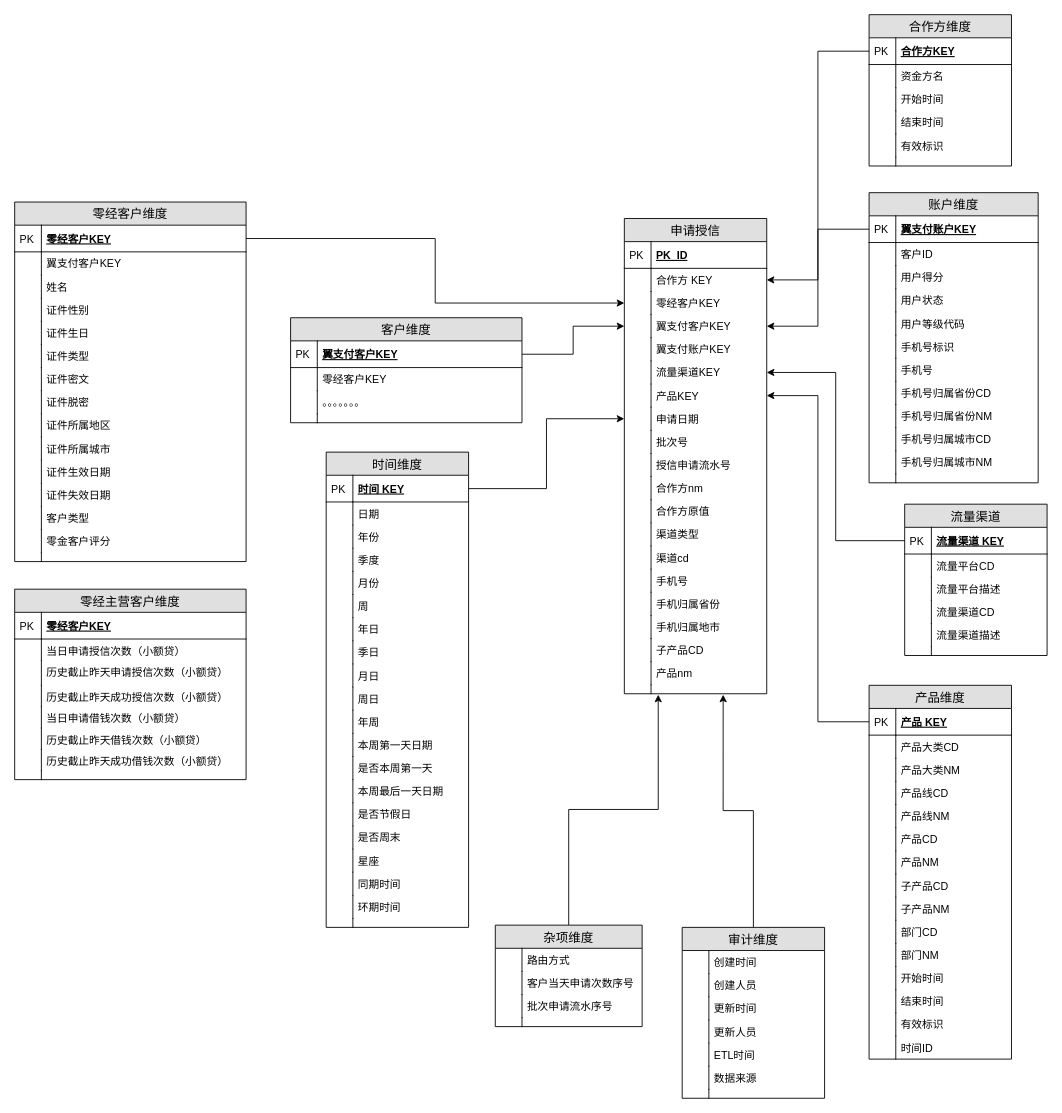
Above: page "申请授信" (1 of 3) of 授信域.drawio in CarryNi/Orange (draw.io), before the change. Source tidied: cells renumbered, new cells numbered last; positions are measured from the earlier drawing's top-left corner, leaving out a move shared by most shapes. Both pictures are drawn from the tidied source at 89%, with x=0, y=0 at pixel (14, 14).
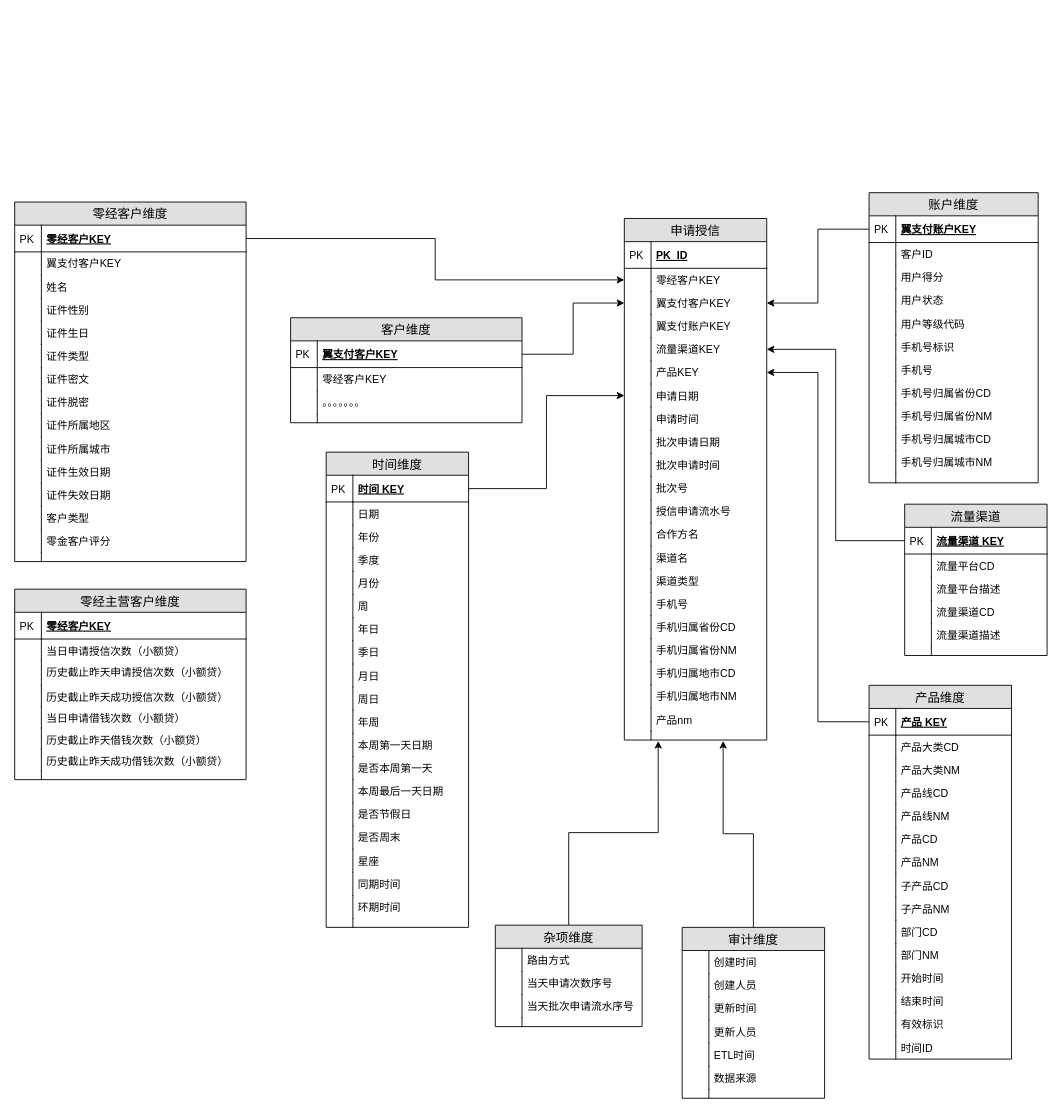
The same diagram, later.

The change refers to these unchanged cells:
```xml
<mxCell id="185" value="杂项维度" style="swimlane;fontStyle=0;horizontal=1;startSize=26;fillColor=#e0e0e0;swimlaneFillColor=#ffffff;align=center;fontSize=14;" parent="1" vertex="1">
  <mxGeometry x="540" y="1023" width="165" height="114" as="geometry" />
</mxCell>
```

Diff of the diagram source:
```diff
@@
     <mxCell id="2" value="申请授信" style="swimlane;fontStyle=0;horizontal=1;startSize=26;fillColor=#e0e0e0;swimlaneFillColor=#ffffff;align=center;fontSize=14;" parent="1" vertex="1">
-      <mxGeometry x="685" y="229" width="160" height="534" as="geometry" />
+      <mxGeometry x="685" y="229" width="160" height="586" as="geometry" />
     </mxCell>
@@
-    <mxCell id="5" value="合作方 KEY" style="shape=partialRectangle;top=0;left=0;right=0;bottom=0;align=left;verticalAlign=top;fillColor=none;spacingLeft=34;spacingRight=4;overflow=hidden;points=[[0,0.5],[1,0.5]];portConstraint=eastwest;fontSize=12;" parent="2" vertex="1">
-      <mxGeometry y="56" width="160" height="26" as="geometry" />
-    </mxCell>
-    <mxCell id="6" style="shape=partialRectangle;top=0;left=0;bottom=0;fillColor=none;align=left;verticalAlign=top;spacingLeft=4;spacingRight=4;overflow=hidden;fontSize=12;" parent="5" vertex="1">
-      <mxGeometry width="30" height="26" as="geometry" />
-    </mxCell>
     <mxCell id="7" value="零经客户KEY" style="shape=partialRectangle;top=0;left=0;right=0;bottom=0;align=left;verticalAlign=top;fillColor=none;spacingLeft=34;spacingRight=4;overflow=hidden;points=[[0,0.5],[1,0.5]];portConstraint=eastwest;fontSize=12;" parent="2" vertex="1">
-      <mxGeometry y="82" width="160" height="26" as="geometry" />
+      <mxGeometry y="56" width="160" height="26" as="geometry" />
     </mxCell>
@@
     <mxCell id="9" value="翼支付客户KEY" style="shape=partialRectangle;top=0;left=0;right=0;bottom=0;align=left;verticalAlign=top;fillColor=none;spacingLeft=34;spacingRight=4;overflow=hidden;points=[[0,0.5],[1,0.5]];portConstraint=eastwest;fontSize=12;" parent="2" vertex="1">
-      <mxGeometry y="108" width="160" height="26" as="geometry" />
+      <mxGeometry y="82" width="160" height="26" as="geometry" />
     </mxCell>
@@
     <mxCell id="11" value="翼支付账户KEY" style="shape=partialRectangle;top=0;left=0;right=0;bottom=0;align=left;verticalAlign=top;fillColor=none;spacingLeft=34;spacingRight=4;overflow=hidden;fontSize=12;" parent="2" vertex="1">
-      <mxGeometry y="134" width="160" height="26" as="geometry" />
+      <mxGeometry y="108" width="160" height="26" as="geometry" />
     </mxCell>
@@
     <mxCell id="13" value="流量渠道KEY" style="shape=partialRectangle;top=0;left=0;right=0;bottom=0;align=left;verticalAlign=top;fillColor=none;spacingLeft=34;spacingRight=4;overflow=hidden;points=[[0,0.5],[1,0.5]];portConstraint=eastwest;fontSize=12;" parent="2" vertex="1">
-      <mxGeometry y="160" width="160" height="26" as="geometry" />
+      <mxGeometry y="134" width="160" height="26" as="geometry" />
     </mxCell>
@@
     <mxCell id="15" value="产品KEY" style="shape=partialRectangle;top=0;left=0;right=0;bottom=0;align=left;verticalAlign=top;fillColor=none;spacingLeft=34;spacingRight=4;overflow=hidden;points=[[0,0.5],[1,0.5]];portConstraint=eastwest;fontSize=12;" parent="2" vertex="1">
-      <mxGeometry y="186" width="160" height="26" as="geometry" />
+      <mxGeometry y="160" width="160" height="26" as="geometry" />
     </mxCell>
@@
     <mxCell id="17" value="申请日期" style="shape=partialRectangle;top=0;left=0;right=0;bottom=0;align=left;verticalAlign=top;fillColor=none;spacingLeft=34;spacingRight=4;overflow=hidden;points=[[0,0.5],[1,0.5]];portConstraint=eastwest;fontSize=12;" parent="2" vertex="1">
-      <mxGeometry y="212" width="160" height="26" as="geometry" />
+      <mxGeometry y="186" width="160" height="26" as="geometry" />
     </mxCell>
@@
+    <mxCell id="256" value="申请时间" style="shape=partialRectangle;top=0;left=0;right=0;bottom=0;align=left;verticalAlign=top;fillColor=none;spacingLeft=34;spacingRight=4;overflow=hidden;fontSize=12;" parent="2" vertex="1">
+      <mxGeometry y="212" width="160" height="26" as="geometry" />
+    </mxCell>
+    <mxCell id="257" style="shape=partialRectangle;top=0;left=0;bottom=0;fillColor=none;align=left;verticalAlign=top;spacingLeft=4;spacingRight=4;overflow=hidden;fontSize=12;" parent="256" vertex="1">
+      <mxGeometry width="30" height="26" as="geometry" />
+    </mxCell>
+    <mxCell id="258" value="批次申请日期" style="shape=partialRectangle;top=0;left=0;right=0;bottom=0;align=left;verticalAlign=top;fillColor=none;spacingLeft=34;spacingRight=4;overflow=hidden;fontSize=12;" parent="2" vertex="1">
+      <mxGeometry y="238" width="160" height="26" as="geometry" />
+    </mxCell>
+    <mxCell id="259" style="shape=partialRectangle;top=0;left=0;bottom=0;fillColor=none;align=left;verticalAlign=top;spacingLeft=4;spacingRight=4;overflow=hidden;fontSize=12;" parent="258" vertex="1">
+      <mxGeometry width="30" height="26" as="geometry" />
+    </mxCell>
+    <mxCell id="260" value="批次申请时间" style="shape=partialRectangle;top=0;left=0;right=0;bottom=0;align=left;verticalAlign=top;fillColor=none;spacingLeft=34;spacingRight=4;overflow=hidden;fontSize=12;" parent="2" vertex="1">
+      <mxGeometry y="264" width="160" height="26" as="geometry" />
+    </mxCell>
+    <mxCell id="261" style="shape=partialRectangle;top=0;left=0;bottom=0;fillColor=none;align=left;verticalAlign=top;spacingLeft=4;spacingRight=4;overflow=hidden;fontSize=12;" parent="260" vertex="1">
+      <mxGeometry width="30" height="26" as="geometry" />
+    </mxCell>
     <mxCell id="19" value="批次号" style="shape=partialRectangle;top=0;left=0;right=0;bottom=0;align=left;verticalAlign=top;fillColor=none;spacingLeft=34;spacingRight=4;overflow=hidden;fontSize=12;" parent="2" vertex="1">
-      <mxGeometry y="238" width="160" height="26" as="geometry" />
+      <mxGeometry y="290" width="160" height="26" as="geometry" />
     </mxCell>
@@
     <mxCell id="21" value="授信申请流水号" style="shape=partialRectangle;top=0;left=0;right=0;bottom=0;align=left;verticalAlign=top;fillColor=none;spacingLeft=34;spacingRight=4;overflow=hidden;fontSize=12;" parent="2" vertex="1">
-      <mxGeometry y="264" width="160" height="26" as="geometry" />
+      <mxGeometry y="316" width="160" height="26" as="geometry" />
     </mxCell>
@@
-    <mxCell id="23" value="合作方nm" style="shape=partialRectangle;top=0;left=0;right=0;bottom=0;align=left;verticalAlign=top;fillColor=none;spacingLeft=34;spacingRight=4;overflow=hidden;fontSize=12;" parent="2" vertex="1">
-      <mxGeometry y="290" width="160" height="26" as="geometry" />
+    <mxCell id="23" value="合作方名" style="shape=partialRectangle;top=0;left=0;right=0;bottom=0;align=left;verticalAlign=top;fillColor=none;spacingLeft=34;spacingRight=4;overflow=hidden;fontSize=12;" parent="2" vertex="1">
+      <mxGeometry y="342" width="160" height="26" as="geometry" />
     </mxCell>
@@
-    <mxCell id="25" value="合作方原值" style="shape=partialRectangle;top=0;left=0;right=0;bottom=0;align=left;verticalAlign=top;fillColor=none;spacingLeft=34;spacingRight=4;overflow=hidden;fontSize=12;" parent="2" vertex="1">
-      <mxGeometry y="316" width="160" height="26" as="geometry" />
-    </mxCell>
-    <mxCell id="26" style="shape=partialRectangle;top=0;left=0;bottom=0;fillColor=none;align=left;verticalAlign=top;spacingLeft=4;spacingRight=4;overflow=hidden;fontSize=12;" parent="25" vertex="1">
-      <mxGeometry width="30" height="26" as="geometry" />
-    </mxCell>
-    <mxCell id="27" value="渠道类型" style="shape=partialRectangle;top=0;left=0;right=0;bottom=0;align=left;verticalAlign=top;fillColor=none;spacingLeft=34;spacingRight=4;overflow=hidden;fontSize=12;" parent="2" vertex="1">
-      <mxGeometry y="342" width="160" height="26" as="geometry" />
+    <mxCell id="27" value="渠道名" style="shape=partialRectangle;top=0;left=0;right=0;bottom=0;align=left;verticalAlign=top;fillColor=none;spacingLeft=34;spacingRight=4;overflow=hidden;fontSize=12;" parent="2" vertex="1">
+      <mxGeometry y="368" width="160" height="26" as="geometry" />
     </mxCell>
@@
-    <mxCell id="29" value="渠道cd" style="shape=partialRectangle;top=0;left=0;right=0;bottom=0;align=left;verticalAlign=top;fillColor=none;spacingLeft=34;spacingRight=4;overflow=hidden;fontSize=12;" parent="2" vertex="1">
-      <mxGeometry y="368" width="160" height="26" as="geometry" />
+    <mxCell id="29" value="渠道类型" style="shape=partialRectangle;top=0;left=0;right=0;bottom=0;align=left;verticalAlign=top;fillColor=none;spacingLeft=34;spacingRight=4;overflow=hidden;fontSize=12;" parent="2" vertex="1">
+      <mxGeometry y="394" width="160" height="26" as="geometry" />
     </mxCell>
@@
     <mxCell id="31" value="手机号" style="shape=partialRectangle;top=0;left=0;right=0;bottom=0;align=left;verticalAlign=top;fillColor=none;spacingLeft=34;spacingRight=4;overflow=hidden;fontSize=12;" parent="2" vertex="1">
-      <mxGeometry y="394" width="160" height="26" as="geometry" />
+      <mxGeometry y="420" width="160" height="26" as="geometry" />
     </mxCell>
@@
-    <mxCell id="33" value="手机归属省份" style="shape=partialRectangle;top=0;left=0;right=0;bottom=0;align=left;verticalAlign=top;fillColor=none;spacingLeft=34;spacingRight=4;overflow=hidden;fontSize=12;" parent="2" vertex="1">
-      <mxGeometry y="420" width="160" height="26" as="geometry" />
+    <mxCell id="33" value="手机归属省份CD" style="shape=partialRectangle;top=0;left=0;right=0;bottom=0;align=left;verticalAlign=top;fillColor=none;spacingLeft=34;spacingRight=4;overflow=hidden;fontSize=12;" parent="2" vertex="1">
+      <mxGeometry y="446" width="160" height="26" as="geometry" />
     </mxCell>
@@
+    <mxCell id="262" value="手机归属省份NM" style="shape=partialRectangle;top=0;left=0;right=0;bottom=0;align=left;verticalAlign=top;fillColor=none;spacingLeft=34;spacingRight=4;overflow=hidden;fontSize=12;" parent="2" vertex="1">
+      <mxGeometry y="472" width="160" height="26" as="geometry" />
+    </mxCell>
+    <mxCell id="263" style="shape=partialRectangle;top=0;left=0;bottom=0;fillColor=none;align=left;verticalAlign=top;spacingLeft=4;spacingRight=4;overflow=hidden;fontSize=12;" parent="262" vertex="1">
+      <mxGeometry width="30" height="26" as="geometry" />
+    </mxCell>
-    <mxCell id="35" value="手机归属地市" style="shape=partialRectangle;top=0;left=0;right=0;bottom=0;align=left;verticalAlign=top;fillColor=none;spacingLeft=34;spacingRight=4;overflow=hidden;fontSize=12;" parent="2" vertex="1">
-      <mxGeometry y="446" width="160" height="26" as="geometry" />
+    <mxCell id="35" value="手机归属地市CD" style="shape=partialRectangle;top=0;left=0;right=0;bottom=0;align=left;verticalAlign=top;fillColor=none;spacingLeft=34;spacingRight=4;overflow=hidden;fontSize=12;" parent="2" vertex="1">
+      <mxGeometry y="498" width="160" height="26" as="geometry" />
     </mxCell>
@@
-    <mxCell id="37" value="子产品CD" style="shape=partialRectangle;top=0;left=0;right=0;bottom=0;align=left;verticalAlign=top;fillColor=none;spacingLeft=34;spacingRight=4;overflow=hidden;fontSize=12;" parent="2" vertex="1">
-      <mxGeometry y="472" width="160" height="26" as="geometry" />
-    </mxCell>
-    <mxCell id="38" style="shape=partialRectangle;top=0;left=0;bottom=0;fillColor=none;align=left;verticalAlign=top;spacingLeft=4;spacingRight=4;overflow=hidden;fontSize=12;" parent="37" vertex="1">
-      <mxGeometry width="30" height="26" as="geometry" />
-    </mxCell>
+    <mxCell id="264" value="手机归属地市NM" style="shape=partialRectangle;top=0;left=0;right=0;bottom=0;align=left;verticalAlign=top;fillColor=none;spacingLeft=34;spacingRight=4;overflow=hidden;fontSize=12;" parent="2" vertex="1">
+      <mxGeometry y="524" width="160" height="26" as="geometry" />
+    </mxCell>
+    <mxCell id="265" style="shape=partialRectangle;top=0;left=0;bottom=0;fillColor=none;align=left;verticalAlign=top;spacingLeft=4;spacingRight=4;overflow=hidden;fontSize=12;" parent="264" vertex="1">
+      <mxGeometry width="30" height="26" as="geometry" />
+    </mxCell>
     <mxCell id="39" value="产品nm" style="shape=partialRectangle;top=0;left=0;right=0;bottom=0;align=left;verticalAlign=top;fillColor=none;spacingLeft=34;spacingRight=4;overflow=hidden;fontSize=12;" parent="2" vertex="1">
-      <mxGeometry y="498" width="160" height="26" as="geometry" />
+      <mxGeometry y="550" width="160" height="26" as="geometry" />
     </mxCell>
@@
     <mxCell id="41" style="shape=partialRectangle;top=0;left=0;right=0;bottom=0;align=left;verticalAlign=top;fillColor=none;spacingLeft=34;spacingRight=4;overflow=hidden;points=[[0,0.5],[1,0.5]];portConstraint=eastwest;fontSize=12;" parent="2" vertex="1">
-      <mxGeometry y="524" width="160" height="10" as="geometry" />
+      <mxGeometry y="576" width="160" height="10" as="geometry" />
     </mxCell>
@@
-    <mxCell id="188" value="客户当天申请次数序号" style="shape=partialRectangle;top=0;left=0;right=0;bottom=0;align=left;verticalAlign=top;fillColor=none;spacingLeft=34;spacingRight=4;overflow=hidden;fontSize=12;" parent="185" vertex="1">
+    <mxCell id="188" value="当天申请次数序号" style="shape=partialRectangle;top=0;left=0;right=0;bottom=0;align=left;verticalAlign=top;fillColor=none;spacingLeft=34;spacingRight=4;overflow=hidden;fontSize=12;" parent="185" vertex="1">
       <mxGeometry y="52" width="165" height="26" as="geometry" />
     </mxCell>
@@
-    <mxCell id="190" value="批次申请流水序号" style="shape=partialRectangle;top=0;left=0;right=0;bottom=0;align=left;verticalAlign=top;fillColor=none;spacingLeft=34;spacingRight=4;overflow=hidden;fontSize=12;" parent="185" vertex="1">
+    <mxCell id="190" value="当天批次申请流水序号" style="shape=partialRectangle;top=0;left=0;right=0;bottom=0;align=left;verticalAlign=top;fillColor=none;spacingLeft=34;spacingRight=4;overflow=hidden;fontSize=12;" parent="185" vertex="1">
       <mxGeometry y="78" width="165" height="26" as="geometry" />
     </mxCell>
@@
-    <mxCell id="210" value="合作方维度" style="swimlane;fontStyle=0;horizontal=1;startSize=26;fillColor=#e0e0e0;swimlaneFillColor=#ffffff;align=center;fontSize=14;" parent="1" vertex="1">
-      <mxGeometry x="960" width="160" height="170" as="geometry" />
-    </mxCell>
-    <mxCell id="211" value="合作方KEY" style="shape=partialRectangle;top=0;left=0;right=0;bottom=1;align=left;verticalAlign=middle;fillColor=none;spacingLeft=34;spacingRight=4;overflow=hidden;points=[[0,0.5],[1,0.5]];portConstraint=eastwest;fontStyle=5;fontSize=12;" parent="210" vertex="1">
-      <mxGeometry y="26" width="160" height="30" as="geometry" />
-    </mxCell>
-    <mxCell id="212" value="PK" style="shape=partialRectangle;top=0;left=0;bottom=0;fillColor=none;align=left;verticalAlign=middle;spacingLeft=4;spacingRight=4;overflow=hidden;fontSize=12;" parent="211" vertex="1">
-      <mxGeometry width="30" height="30" as="geometry" />
-    </mxCell>
-    <mxCell id="213" value="资金方名" style="shape=partialRectangle;top=0;left=0;right=0;bottom=0;align=left;verticalAlign=top;fillColor=none;spacingLeft=34;spacingRight=4;overflow=hidden;fontSize=12;" parent="210" vertex="1">
-      <mxGeometry y="56" width="160" height="26" as="geometry" />
-    </mxCell>
-    <mxCell id="214" style="shape=partialRectangle;top=0;left=0;bottom=0;fillColor=none;align=left;verticalAlign=top;spacingLeft=4;spacingRight=4;overflow=hidden;fontSize=12;" parent="213" vertex="1">
-      <mxGeometry width="30" height="26" as="geometry" />
-    </mxCell>
-    <mxCell id="215" value="开始时间" style="shape=partialRectangle;top=0;left=0;right=0;bottom=0;align=left;verticalAlign=top;fillColor=none;spacingLeft=34;spacingRight=4;overflow=hidden;fontSize=12;" parent="210" vertex="1">
-      <mxGeometry y="82" width="160" height="26" as="geometry" />
-    </mxCell>
-    <mxCell id="216" style="shape=partialRectangle;top=0;left=0;bottom=0;fillColor=none;align=left;verticalAlign=top;spacingLeft=4;spacingRight=4;overflow=hidden;fontSize=12;" parent="215" vertex="1">
-      <mxGeometry width="30" height="26" as="geometry" />
-    </mxCell>
-    <mxCell id="217" value="结束时间" style="shape=partialRectangle;top=0;left=0;right=0;bottom=0;align=left;verticalAlign=top;fillColor=none;spacingLeft=34;spacingRight=4;overflow=hidden;fontSize=12;" parent="210" vertex="1">
-      <mxGeometry y="108" width="160" height="26" as="geometry" />
-    </mxCell>
-    <mxCell id="218" style="shape=partialRectangle;top=0;left=0;bottom=0;fillColor=none;align=left;verticalAlign=top;spacingLeft=4;spacingRight=4;overflow=hidden;fontSize=12;" parent="217" vertex="1">
-      <mxGeometry width="30" height="26" as="geometry" />
-    </mxCell>
-    <mxCell id="219" value="有效标识" style="shape=partialRectangle;top=0;left=0;right=0;bottom=0;align=left;verticalAlign=top;fillColor=none;spacingLeft=34;spacingRight=4;overflow=hidden;fontSize=12;" parent="210" vertex="1">
-      <mxGeometry y="134" width="160" height="26" as="geometry" />
-    </mxCell>
-    <mxCell id="220" style="shape=partialRectangle;top=0;left=0;bottom=0;fillColor=none;align=left;verticalAlign=top;spacingLeft=4;spacingRight=4;overflow=hidden;fontSize=12;" parent="219" vertex="1">
-      <mxGeometry width="30" height="26" as="geometry" />
-    </mxCell>
-    <mxCell id="221" style="shape=partialRectangle;top=0;left=0;right=0;bottom=0;align=left;verticalAlign=top;fillColor=none;spacingLeft=34;spacingRight=4;overflow=hidden;fontSize=12;" parent="210" vertex="1">
-      <mxGeometry y="160" width="160" height="10" as="geometry" />
-    </mxCell>
-    <mxCell id="222" style="shape=partialRectangle;top=0;left=0;bottom=0;fillColor=none;align=left;verticalAlign=top;spacingLeft=4;spacingRight=4;overflow=hidden;fontSize=12;" parent="221" vertex="1">
-      <mxGeometry width="30" height="10" as="geometry" />
-    </mxCell>
-    <mxCell id="223" style="edgeStyle=orthogonalEdgeStyle;rounded=0;jettySize=auto;html=1;entryX=1;entryY=0.5;entryDx=0;entryDy=0;" parent="1" edge="1" source="211" target="5">
-      <mxGeometry relative="1" as="geometry" />
-    </mxCell>
```
